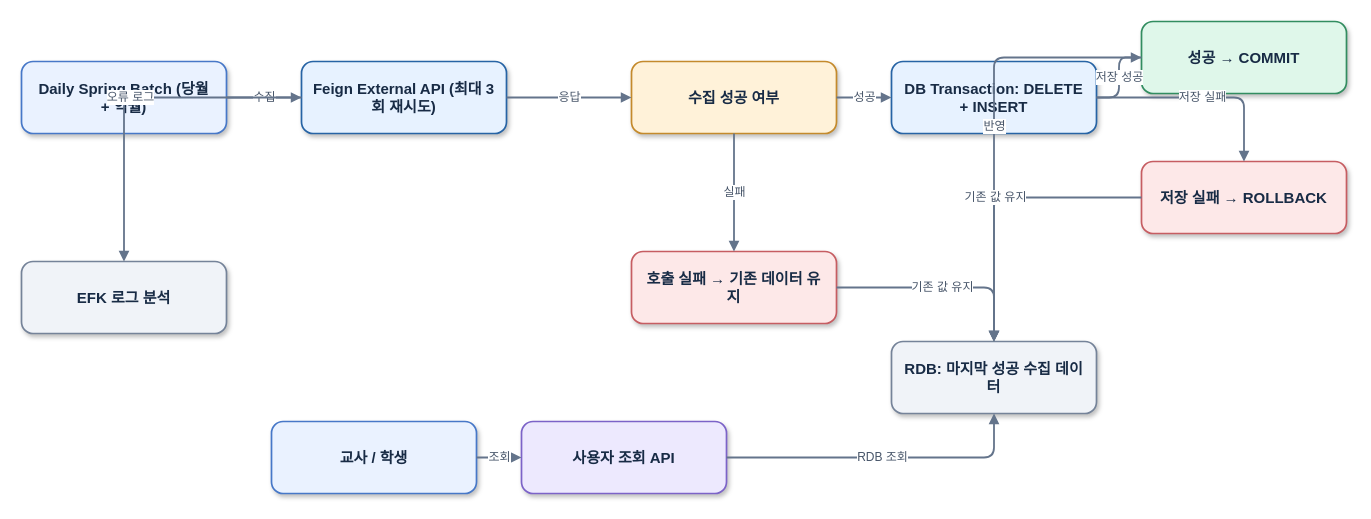
kimjihyeon99/engineering-portfolio keeps this draw.io diagram as diagrams/aidt-batch-reliability.drawio. Above is the earlier version. Source tidied: cells renumbered, new cells numbered last; positions are measured from the earlier drawing's top-left corner, leaving out a move shared by most shapes. Both pictures are drawn from the tidied source at 100%, with x=0, y=0 at pixel (21, 21).
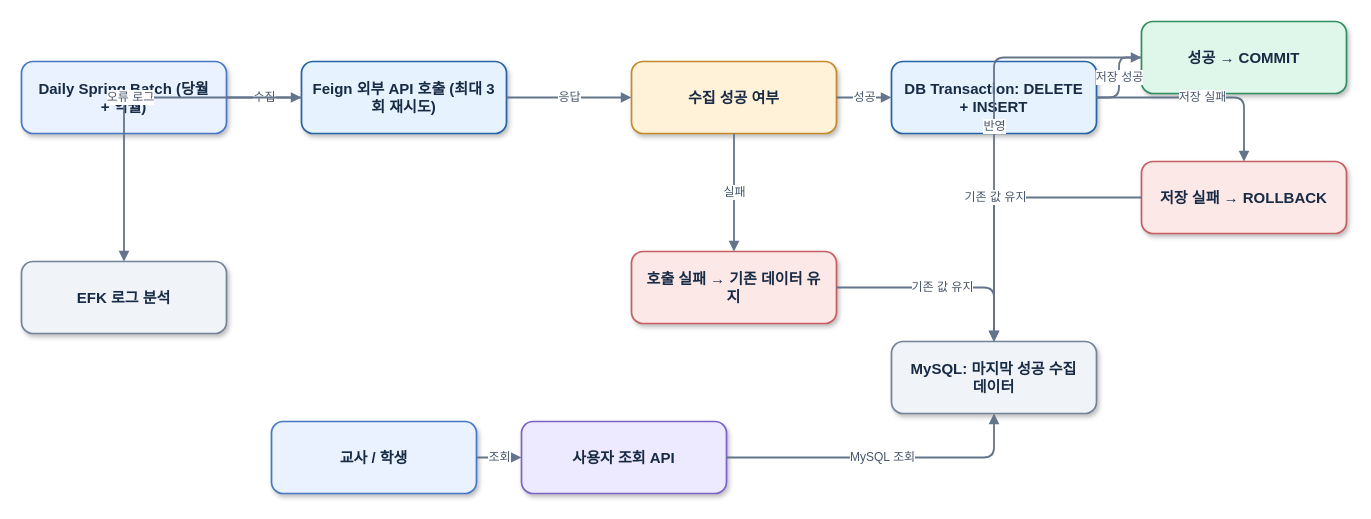
The same diagram, later.

Commit message:
Clarify TMS mail system and MySQL / Feign diagram labels

The change refers to these unchanged cells:
```xml
<mxCell id="10" value="사용자 조회 API" style="rounded=1;arcSize=16;whiteSpace=wrap;html=1;fillColor=#EDE9FE;strokeColor=#7C63C8;strokeWidth=1.7;fontColor=#182B45;fontFamily=Helvetica;fontSize=15;fontStyle=1;align=center;verticalAlign=middle;spacing=12;shadow=1;" parent="1" vertex="1">
  <mxGeometry x="500" y="400" width="205" height="72" as="geometry" />
</mxCell>
```

The edit, as a diff of the source:
```diff
@@
-    <mxCell id="3" value="Feign External API (최대 3회 재시도)" style="rounded=1;arcSize=16;whiteSpace=wrap;html=1;fillColor=#E7F2FF;strokeColor=#2764A5;strokeWidth=1.7;fontColor=#182B45;fontFamily=Helvetica;fontSize=15;fontStyle=1;align=center;verticalAlign=middle;spacing=12;shadow=1;" parent="1" vertex="1">
+    <mxCell id="3" value="Feign 외부 API 호출 (최대 3회 재시도)" style="rounded=1;arcSize=16;whiteSpace=wrap;html=1;fillColor=#E7F2FF;strokeColor=#2764A5;strokeWidth=1.7;fontColor=#182B45;fontFamily=Helvetica;fontSize=15;fontStyle=1;align=center;verticalAlign=middle;spacing=12;shadow=1;" parent="1" vertex="1">
       <mxGeometry x="280" y="40" width="205" height="72" as="geometry" />
     </mxCell>
@@
-    <mxCell id="9" value="RDB: 마지막 성공 수집 데이터" style="rounded=1;arcSize=16;whiteSpace=wrap;html=1;fillColor=#F0F3F8;strokeColor=#758399;strokeWidth=1.7;fontColor=#182B45;fontFamily=Helvetica;fontSize=15;fontStyle=1;align=center;verticalAlign=middle;spacing=12;shadow=1;" parent="1" vertex="1">
+    <mxCell id="9" value="MySQL: 마지막 성공 수집 데이터" style="rounded=1;arcSize=16;whiteSpace=wrap;html=1;fillColor=#F0F3F8;strokeColor=#758399;strokeWidth=1.7;fontColor=#182B45;fontFamily=Helvetica;fontSize=15;fontStyle=1;align=center;verticalAlign=middle;spacing=12;shadow=1;" parent="1" vertex="1">
       <mxGeometry x="870" y="320" width="205" height="72" as="geometry" />
     </mxCell>
@@
-    <mxCell id="23" value="RDB 조회" style="edgeStyle=orthogonalEdgeStyle;rounded=1;html=1;endArrow=block;endFill=1;strokeColor=#64748B;strokeWidth=1.8;fontSize=12;fontColor=#475569;labelBackgroundColor=#FFFFFF;" parent="1" edge="1" source="10" target="9">
+    <mxCell id="23" value="MySQL 조회" style="edgeStyle=orthogonalEdgeStyle;rounded=1;html=1;endArrow=block;endFill=1;strokeColor=#64748B;strokeWidth=1.8;fontSize=12;fontColor=#475569;labelBackgroundColor=#FFFFFF;" parent="1" edge="1" source="10" target="9">
       <mxGeometry relative="1" as="geometry" />
     </mxCell>
```
